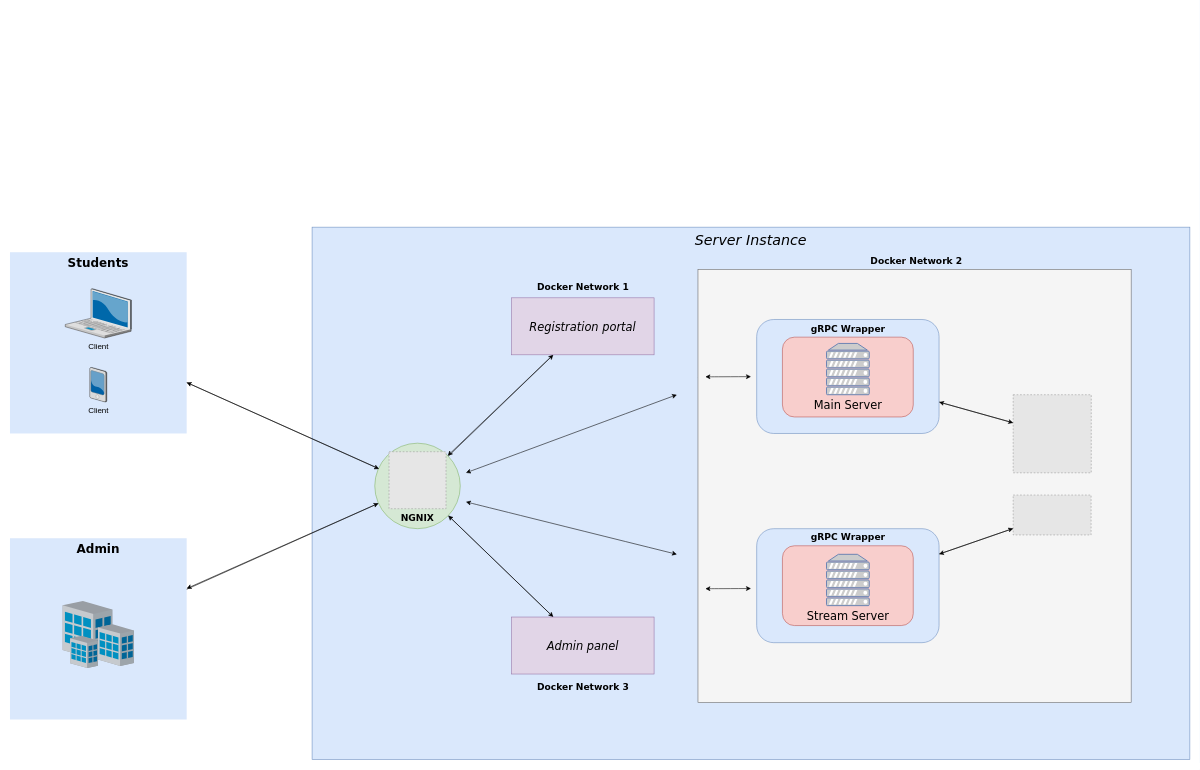
Above: GymRegistration.drawio in Rutujeet/architectures (draw.io), before the change. Source tidied: cells renumbered, new cells numbered last; positions are measured from the earlier drawing's top-left corner, leaving out a move shared by most shapes. Both pictures are drawn from the tidied source at 57%, with x=0, y=0 at pixel (10, 227). Pictures stored in the file or linked from it are replaced by grey dashed boxes.
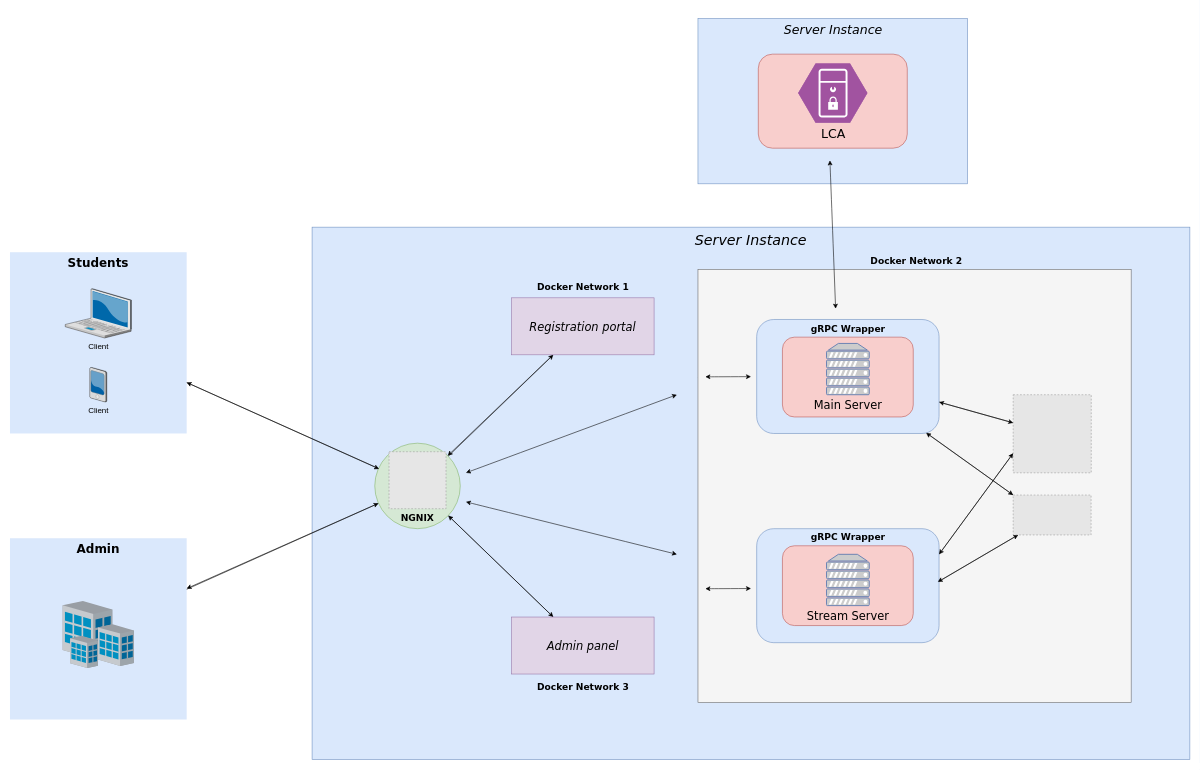
The same diagram, later.

Unchanged cells that the change refers to:
```xml
<mxCell id="15" style="rounded=1;whiteSpace=wrap;html=1;fillColor=#dae8fc;strokeColor=#6c8ebf;" parent="1" vertex="1">
  <mxGeometry x="1310" y="162" width="320" height="200" as="geometry" />
</mxCell>
<mxCell id="17" style="rounded=1;whiteSpace=wrap;html=1;fillColor=#dae8fc;strokeColor=#6c8ebf;" parent="1" vertex="1">
  <mxGeometry x="1310" y="529" width="320" height="200" as="geometry" />
</mxCell>
<mxCell id="22" style="fillColor=#E6E6E6;strokeColor=#999999;dashed=1;verticalLabelPosition=bottom;labelBackgroundColor=default;verticalAlign=top;" parent="1" vertex="1">
  <mxGeometry x="1760" y="294" width="137" height="137" as="geometry" />
</mxCell>
<mxCell id="24" style="fillColor=#E6E6E6;strokeColor=#999999;dashed=1;verticalLabelPosition=bottom;labelBackgroundColor=default;verticalAlign=top;" parent="1" vertex="1">
  <mxGeometry x="1760" y="470" width="136.7" height="70" as="geometry" />
</mxCell>
```

The edit, as a diff of the source:
```diff
@@
+    <mxCell id="45" style="rounded=0;jettySize=auto;html=1;entryX=0;entryY=0;entryDx=0;entryDy=0;" parent="1" edge="1" source="15" target="24">
+      <mxGeometry relative="1" as="geometry" />
+    </mxCell>
@@
-    <mxCell id="16" style="rounded=0;jettySize=auto;html=1;" parent="1" edge="1" source="17" target="24">
+    <mxCell id="16" style="rounded=0;jettySize=auto;html=1;exitX=0.995;exitY=0.467;exitDx=0;exitDy=0;exitPerimeter=0;" parent="1" edge="1" source="17" target="24">
       <mxGeometry relative="1" as="geometry" />
     </mxCell>
+    <mxCell id="46" style="rounded=0;jettySize=auto;html=1;entryX=0;entryY=0.75;entryDx=0;entryDy=0;" parent="1" edge="1" target="22">
+      <mxGeometry relative="1" as="geometry">
+        <mxPoint x="1630" y="574" as="sourcePoint" />
+      </mxGeometry>
+    </mxCell>
@@
+    <mxCell id="47" style="rounded=0;jettySize=auto;html=1;exitX=0;exitY=0.75;exitDx=0;exitDy=0;" parent="1" edge="1" source="22">
+      <mxGeometry relative="1" as="geometry">
+        <mxPoint x="1630" y="574" as="targetPoint" />
+      </mxGeometry>
+    </mxCell>
@@
-    <mxCell id="23" style="rounded=0;jettySize=auto;html=1;" parent="1" edge="1" source="24" target="17">
+    <mxCell id="23" style="rounded=0;jettySize=auto;html=1;entryX=0.993;entryY=0.467;entryDx=0;entryDy=0;entryPerimeter=0;" parent="1" edge="1" source="24" target="17">
       <mxGeometry relative="1" as="geometry" />
     </mxCell>
+    <mxCell id="48" style="rounded=0;jettySize=auto;html=1;exitX=0;exitY=0;exitDx=0;exitDy=0;entryX=0.929;entryY=0.995;entryDx=0;entryDy=0;entryPerimeter=0;" parent="1" edge="1" source="24" target="15">
+      <mxGeometry relative="1" as="geometry" />
+    </mxCell>
@@
+    <mxCell id="49" value="&lt;pre&gt;&lt;br&gt;&lt;/pre&gt;" style="rounded=0;whiteSpace=wrap;html=1;fillColor=#dae8fc;strokeColor=#6c8ebf;" parent="1" vertex="1">
+      <mxGeometry x="1207" y="-366" width="473" height="290" as="geometry" />
+    </mxCell>
+    <mxCell id="50" value="&lt;h4&gt;&lt;font size=&quot;1&quot; face=&quot;Verdana&quot; style=&quot;font-weight: normal;&quot;&gt;&lt;i style=&quot;font-size: 22px;&quot;&gt;Server Instance&lt;/i&gt;&lt;/font&gt;&lt;/h4&gt;" style="text;html=1;align=center;verticalAlign=middle;strokeColor=none;fillColor=none;" parent="1" vertex="1">
+      <mxGeometry x="1343.5" y="-381" width="200" height="70" as="geometry" />
+    </mxCell>
+    <mxCell id="51" value="&lt;pre&gt;&lt;br&gt;&lt;/pre&gt;" style="rounded=1;whiteSpace=wrap;html=1;fillColor=#f8cecc;strokeColor=#b85450;" parent="1" vertex="1">
+      <mxGeometry x="1312.9" y="-303.5" width="261.3" height="165" as="geometry" />
+    </mxCell>
+    <mxCell id="52" value="&lt;font face=&quot;Verdana&quot; style=&quot;font-size: 22px;&quot;&gt;LCA&lt;/font&gt;" style="verticalLabelPosition=bottom;sketch=0;html=1;fillColor=#A153A0;strokeColor=#ffffff;verticalAlign=top;align=center;shape=mxgraph.cisco_safe.compositeIcon;bgIcon=mxgraph.cisco_safe.design.blank_device;resIcon=mxgraph.cisco_safe.design.server_1;" parent="1" vertex="1">
+      <mxGeometry x="1382.8" y="-287" width="121.5" height="104" as="geometry" />
+    </mxCell>
+    <mxCell id="53" style="endArrow=classic;startArrow=classic;html=1;rounded=0;curved=1;" parent="1" edge="1">
+      <mxGeometry relative="1" as="geometry">
+        <mxPoint x="1438.5" y="-117" as="sourcePoint" />
+        <mxPoint x="1448.5" y="143" as="targetPoint" />
+      </mxGeometry>
+    </mxCell>
```
